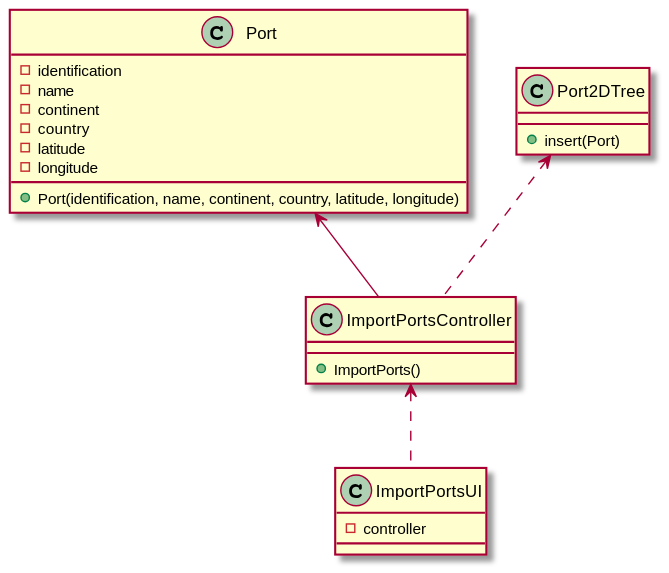
The PlantUML diagram docs/Sprint 2/US/US201/US201_CD.svg in 1190772/LAB-Project-3, before a commit.
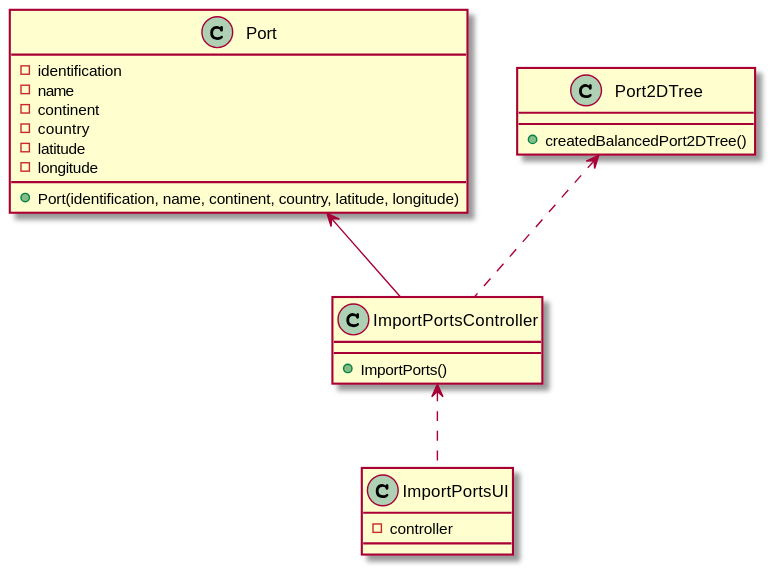
After the change.

Commit message:
Atualização do Class Diagram.

The edit, as a diff of the source:
```diff
@@ -19,7 +19,7 @@
 }
 
 class Port2DTree {
-+ insert(Port)
++ createdBalancedPort2DTree()
 }
 
 ImportPortsController <.. ImportPortsUI
```
